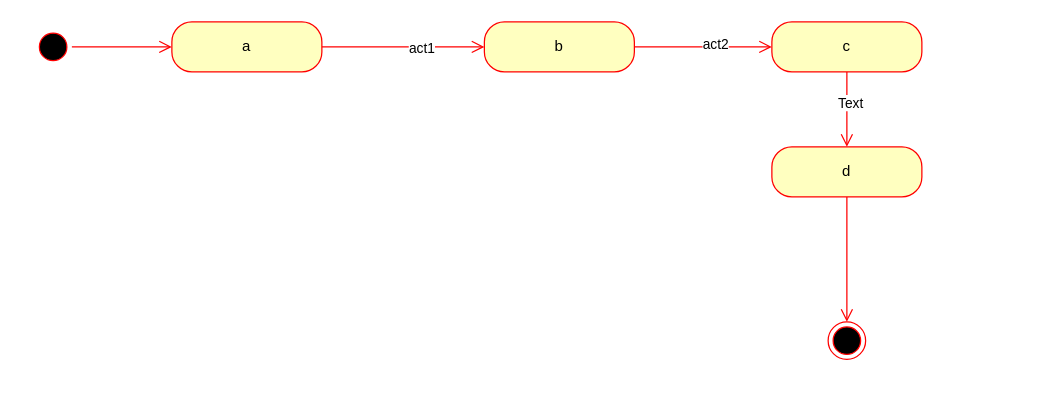
This is examples/simple.drawio.xml from CGru21/Model_Checker, a draw.io file, before an edit. Source tidied: cells renumbered, new cells numbered last; positions are measured from the earlier drawing's top-left corner, leaving out a move shared by most shapes. Both pictures are drawn from the tidied source at 125%, with x=0, y=0 at pixel (34, 21).
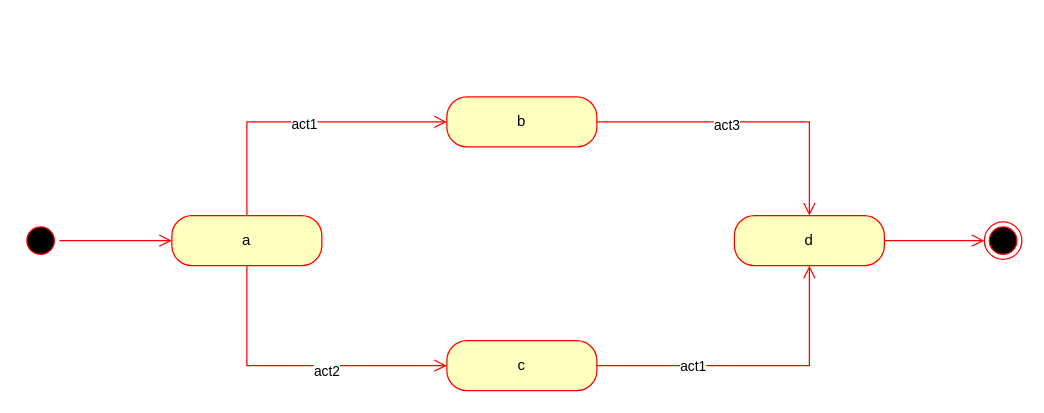
The same diagram, later.

Diff of the diagram source:
```diff
@@
 <mxGraphModel>
   <root>
     <mxCell id="0" />
     <mxCell id="1" parent="0" />
-    <mxCell id="2" style="ellipse;html=1;shape=startState;fillColor=#000000;strokeColor=#ff0000;rounded=1;shadow=0;comic=0;labelBackgroundColor=none;fontFamily=Verdana;fontSize=12;fontColor=#000000;align=center;direction=south;" parent="1" vertex="1">
-      <mxGeometry y="5" width="30" height="30" as="geometry" />
-    </mxCell>
-    <mxCell id="3" style="edgeStyle=orthogonalEdgeStyle;html=1;labelBackgroundColor=none;endArrow=open;endSize=8;strokeColor=#ff0000;fontFamily=Verdana;fontSize=12;align=left;" parent="1" edge="1" source="2" target="4">
-      <mxGeometry relative="1" as="geometry" />
-    </mxCell>
+    <mxCell id="16" style="ellipse;html=1;shape=startState;fillColor=#000000;strokeColor=#ff0000;" parent="1" vertex="1">
+      <mxGeometry x="-10" y="160" width="30" height="30" as="geometry" />
+    </mxCell>
+    <mxCell id="17" style="edgeStyle=orthogonalEdgeStyle;html=1;verticalAlign=bottom;endArrow=open;endSize=8;strokeColor=#ff0000;rounded=0;entryX=0;entryY=0.5;entryDx=0;entryDy=0;" parent="1" edge="1" source="16" target="4">
+      <mxGeometry relative="1" as="geometry" />
+    </mxCell>
     <mxCell id="4" value="a" style="rounded=1;whiteSpace=wrap;html=1;arcSize=40;fontColor=#000000;fillColor=#ffffc0;strokeColor=#ff0000;" parent="1" vertex="1">
-      <mxGeometry x="110" width="120" height="40" as="geometry" />
+      <mxGeometry x="110" y="155" width="120" height="40" as="geometry" />
     </mxCell>
-    <mxCell id="5" style="edgeStyle=orthogonalEdgeStyle;html=1;verticalAlign=bottom;endArrow=open;endSize=8;strokeColor=#ff0000;rounded=0;exitX=1;exitY=0.5;exitDx=0;exitDy=0;entryX=0;entryY=0.5;entryDx=0;entryDy=0;" parent="1" edge="1" source="4" target="7">
+    <mxCell id="5" style="edgeStyle=orthogonalEdgeStyle;html=1;verticalAlign=bottom;endArrow=open;endSize=8;strokeColor=#ff0000;rounded=0;entryX=0;entryY=0.5;entryDx=0;entryDy=0;exitX=0.5;exitY=0;exitDx=0;exitDy=0;" parent="1" edge="1" source="4" target="7">
       <mxGeometry relative="1" as="geometry" />
     </mxCell>
-    <mxCell id="6" value="act1" style="edgeLabel;html=1;align=center;verticalAlign=middle;" parent="5" vertex="1">
-      <mxGeometry x="0.22" relative="1" as="geometry" />
-    </mxCell>
+    <mxCell id="18" value="act1" style="edgeLabel;html=1;align=center;verticalAlign=middle;" parent="5" vertex="1">
+      <mxGeometry x="0.02" y="-1" relative="1" as="geometry" />
+    </mxCell>
     <mxCell id="7" value="b" style="rounded=1;whiteSpace=wrap;html=1;arcSize=40;fontColor=#000000;fillColor=#ffffc0;strokeColor=#ff0000;" parent="1" vertex="1">
-      <mxGeometry x="360" width="120" height="40" as="geometry" />
+      <mxGeometry x="330" y="60" width="120" height="40" as="geometry" />
     </mxCell>
-    <mxCell id="8" style="edgeStyle=orthogonalEdgeStyle;html=1;verticalAlign=bottom;endArrow=open;endSize=8;strokeColor=#ff0000;rounded=0;exitX=1;exitY=0.5;exitDx=0;exitDy=0;entryX=0;entryY=0.5;entryDx=0;entryDy=0;" parent="1" edge="1" source="7" target="10">
-      <mxGeometry relative="1" as="geometry" />
-    </mxCell>
-    <mxCell id="9" value="act2" style="edgeLabel;html=1;align=center;verticalAlign=middle;" parent="8" vertex="1">
-      <mxGeometry x="0.17" y="3" relative="1" as="geometry" />
-    </mxCell>
+    <mxCell id="19" style="edgeStyle=orthogonalEdgeStyle;html=1;verticalAlign=bottom;endArrow=open;endSize=8;strokeColor=#ff0000;rounded=0;entryX=0.5;entryY=0;entryDx=0;entryDy=0;" parent="1" edge="1" source="7" target="13">
+      <mxGeometry relative="1" as="geometry" />
+    </mxCell>
+    <mxCell id="20" value="act3" style="edgeLabel;html=1;align=center;verticalAlign=middle;" parent="19" vertex="1">
+      <mxGeometry x="-0.16" y="-2" relative="1" as="geometry" />
+    </mxCell>
     <mxCell id="10" value="c" style="rounded=1;whiteSpace=wrap;html=1;arcSize=40;fontColor=#000000;fillColor=#ffffc0;strokeColor=#ff0000;" parent="1" vertex="1">
-      <mxGeometry x="590" width="120" height="40" as="geometry" />
+      <mxGeometry x="330" y="255" width="120" height="40" as="geometry" />
     </mxCell>
-    <mxCell id="11" style="edgeStyle=orthogonalEdgeStyle;html=1;verticalAlign=bottom;endArrow=open;endSize=8;strokeColor=#ff0000;rounded=0;entryX=0.5;entryY=0;entryDx=0;entryDy=0;" parent="1" edge="1" source="10" target="13">
+    <mxCell id="11" style="edgeStyle=orthogonalEdgeStyle;html=1;verticalAlign=bottom;endArrow=open;endSize=8;strokeColor=#ff0000;rounded=0;entryX=0.5;entryY=1;entryDx=0;entryDy=0;" parent="1" edge="1" source="10" target="13">
       <mxGeometry relative="1" as="geometry" />
     </mxCell>
-    <mxCell id="12" value="Text" style="edgeLabel;html=1;align=center;verticalAlign=middle;" parent="11" vertex="1">
-      <mxGeometry x="-0.2" y="2" relative="1" as="geometry" />
-    </mxCell>
+    <mxCell id="21" value="act1" style="edgeLabel;html=1;align=center;verticalAlign=middle;" parent="11" vertex="1">
+      <mxGeometry x="-0.39" relative="1" as="geometry" />
+    </mxCell>
     <mxCell id="13" value="d" style="rounded=1;whiteSpace=wrap;html=1;arcSize=40;fontColor=#000000;fillColor=#ffffc0;strokeColor=#ff0000;" parent="1" vertex="1">
-      <mxGeometry x="590" y="100" width="120" height="40" as="geometry" />
+      <mxGeometry x="560" y="155" width="120" height="40" as="geometry" />
     </mxCell>
-    <mxCell id="14" style="edgeStyle=orthogonalEdgeStyle;html=1;verticalAlign=bottom;endArrow=open;endSize=8;strokeColor=#ff0000;rounded=0;entryX=0.5;entryY=0;entryDx=0;entryDy=0;exitX=0.5;exitY=1;exitDx=0;exitDy=0;" parent="1" edge="1" source="13" target="15">
-      <mxGeometry relative="1" as="geometry">
-        <Array as="points">
-          <mxPoint x="650" y="210" />
-          <mxPoint x="650" y="210" />
-        </Array>
-      </mxGeometry>
-    </mxCell>
-    <mxCell id="15" style="ellipse;html=1;shape=endState;fillColor=#000000;strokeColor=#ff0000;" parent="1" vertex="1">
-      <mxGeometry x="635" y="240" width="30" height="30" as="geometry" />
-    </mxCell>
+    <mxCell id="22" style="edgeStyle=orthogonalEdgeStyle;html=1;verticalAlign=bottom;endArrow=open;endSize=8;strokeColor=#ff0000;rounded=0;entryX=0;entryY=0.5;entryDx=0;entryDy=0;" parent="1" edge="1" source="13" target="23">
+      <mxGeometry relative="1" as="geometry" />
+    </mxCell>
+    <mxCell id="23" style="ellipse;html=1;shape=endState;fillColor=#000000;strokeColor=#ff0000;" parent="1" vertex="1">
+      <mxGeometry x="760" y="160" width="30" height="30" as="geometry" />
+    </mxCell>
+    <mxCell id="24" style="edgeStyle=orthogonalEdgeStyle;html=1;verticalAlign=bottom;endArrow=open;endSize=8;strokeColor=#ff0000;rounded=0;entryX=0;entryY=0.5;entryDx=0;entryDy=0;exitX=0.5;exitY=1;exitDx=0;exitDy=0;" parent="1" edge="1" source="4" target="10">
+      <mxGeometry relative="1" as="geometry" />
+    </mxCell>
+    <mxCell id="9" value="act2" style="edgeLabel;html=1;align=center;verticalAlign=middle;" parent="24" vertex="1">
+      <mxGeometry x="0.19" y="-4" relative="1" as="geometry" />
+    </mxCell>
   </root>
 </mxGraphModel>
```
